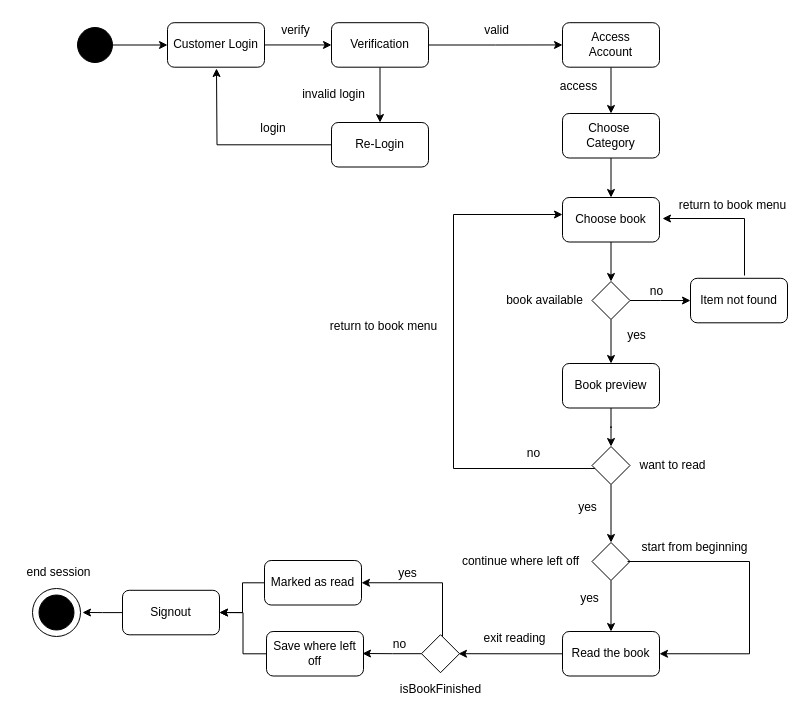
The draw.io diagram Boris_Bibliomaniac_activity_diagram/Boris_Bibliomaniac_activity_diagram.drawio in 2024-devops-alt-dist/bibliomaniac-bd-mp-al, before the edit. Source tidied: cells renumbered, new cells numbered last; positions are measured from the earlier drawing's top-left corner, leaving out a move shared by most shapes. Both pictures are drawn from the tidied source at 100%, with x=0, y=0 at pixel (17, 17).
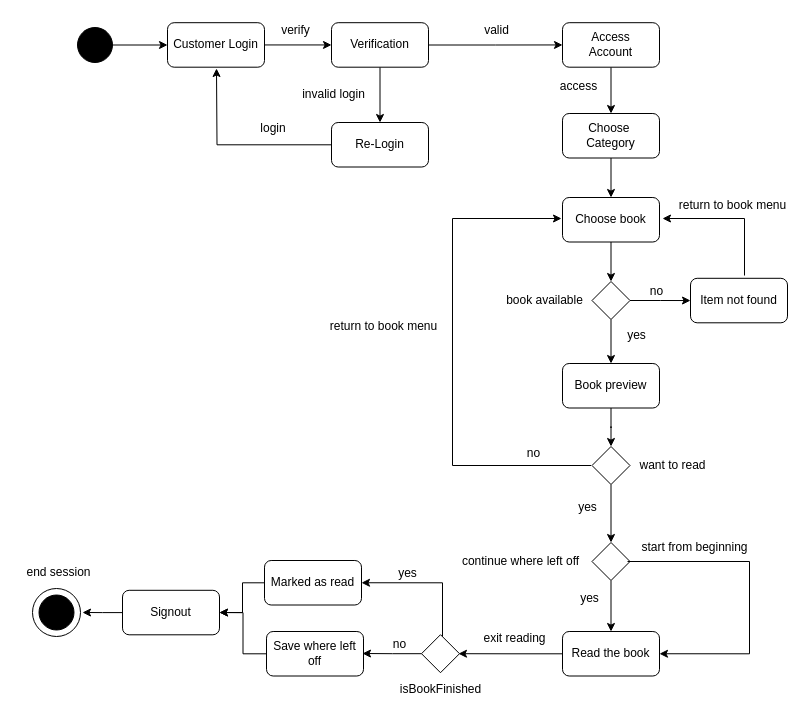
After the change.

Commit message:
fix arrow point off center

Unchanged cells that the change refers to:
```xml
<mxCell id="21" value="Choose&amp;nbsp;&lt;span style=&quot;background-color: initial;&quot;&gt;book&lt;/span&gt;" style="rounded=1;whiteSpace=wrap;html=1;" parent="1" vertex="1">
  <mxGeometry x="545" y="180" width="97" height="44.5" as="geometry" />
</mxCell>
<mxCell id="39" style="rhombus;whiteSpace=wrap;html=1;" parent="1" vertex="1">
  <mxGeometry x="574.5" y="429" width="38" height="38" as="geometry" />
</mxCell>
```

What changed in the source:
```diff
@@
-    <mxCell id="37" style="edgeStyle=orthogonalEdgeStyle;rounded=0;jettySize=auto;html=1;" parent="1" edge="1" source="39" target="21">
+    <mxCell id="37" style="edgeStyle=orthogonalEdgeStyle;rounded=0;orthogonalLoop=1;jettySize=auto;html=1;" parent="1" edge="1">
       <mxGeometry relative="1" as="geometry">
+        <mxPoint x="573.5" y="448" as="sourcePoint" />
+        <mxPoint x="544" y="201" as="targetPoint" />
         <Array as="points">
-          <mxPoint x="436" y="451" />
-          <mxPoint x="436" y="197" />
+          <mxPoint x="435" y="448" />
+          <mxPoint x="435" y="201" />
         </Array>
       </mxGeometry>
     </mxCell>
```
